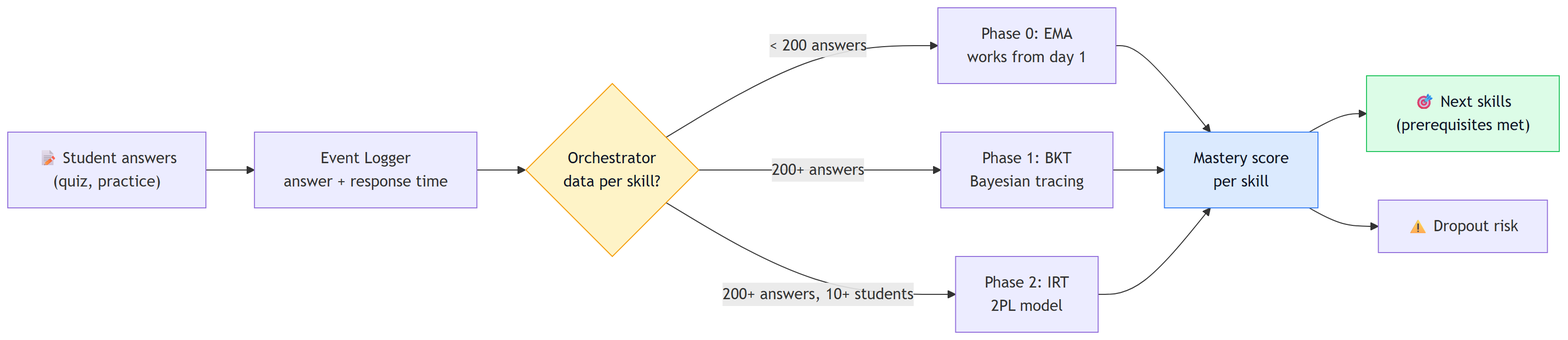
The Mermaid diagram docs/mermaid/slide-pipeline.png in adarsh-67r/Anvesh, before a commit. Its source is kept beside it as docs/mermaid/slide-pipeline.mmd.
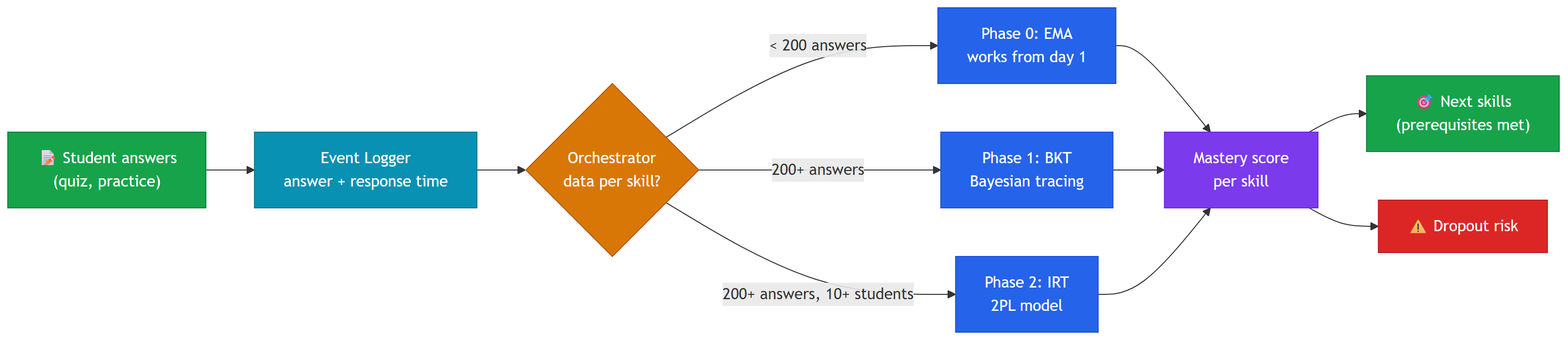
The same file after the commit.

Commit message:
Colour the slide recommendation pipeline diagram

Change to the diagram source:
```diff
@@ -10,6 +10,17 @@
     M --> REC["🎯 Next skills<br/>(prerequisites met)"]
     M --> RISK["⚠️ Dropout risk"]
 
-    style ORC fill:#fef3c7,stroke:#f59e0b,color:#111827
-    style REC fill:#dcfce7,stroke:#22c55e,color:#111827
-    style M fill:#dbeafe,stroke:#3b82f6,color:#111827
+    classDef input fill:#16a34a,stroke:#15803d,color:#fff
+    classDef log fill:#0891b2,stroke:#0e7490,color:#fff
+    classDef orch fill:#d97706,stroke:#b45309,color:#fff
+    classDef phase fill:#2563eb,stroke:#1d4ed8,color:#fff
+    classDef score fill:#7c3aed,stroke:#6d28d9,color:#fff
+    classDef out fill:#16a34a,stroke:#15803d,color:#fff
+    classDef risk fill:#dc2626,stroke:#b91c1c,color:#fff
+    class ANS input
+    class LOG log
+    class ORC orch
+    class P0,P1,P2 phase
+    class M score
+    class REC out
+    class RISK risk
```
